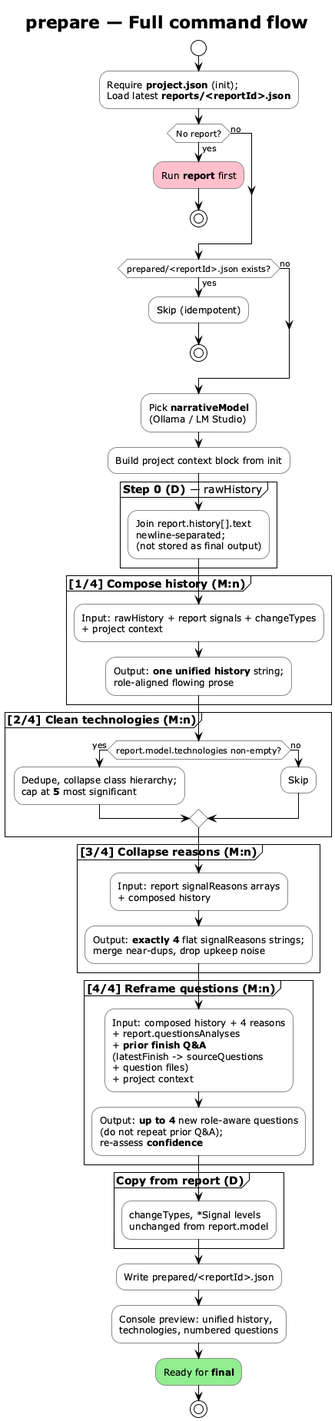
The PlantUML diagram img/prepare-command.png in vzakharchenko/dev-workgraph, before a commit.
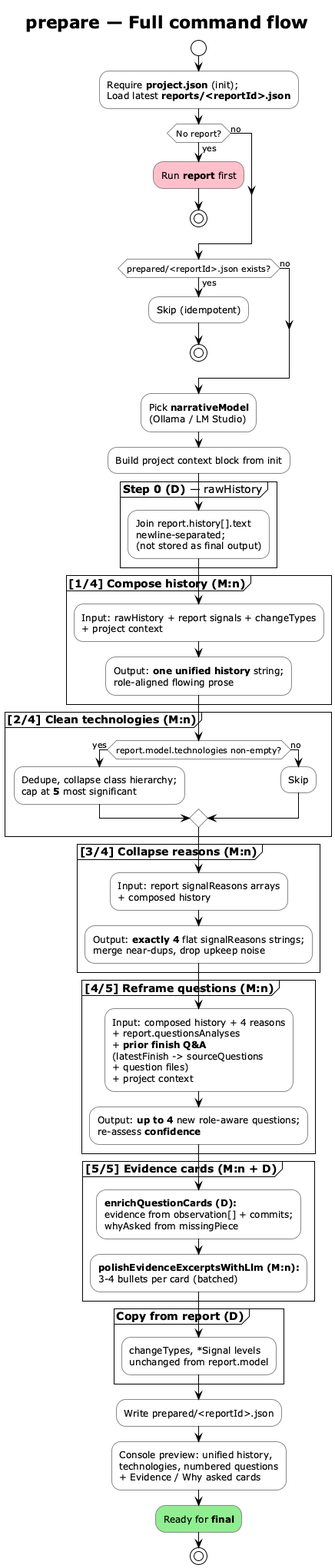
After the commit.

Diff of the diagram source:
```diff
@@ -48,9 +48,14 @@
   :Output: **exactly 4** flat signalReasons strings;\nmerge near-dups, drop upkeep noise;
 }
 
-partition "**[4/4] Reframe questions (M:n)**" {
+partition "**[4/5] Reframe questions (M:n)**" {
   :Input: composed history + 4 reasons\n+ report.questionsAnalyses\n+ **prior finish Q&A**\n(latestFinish -> sourceQuestions\n+ question files)\n+ project context;
-  :Output: **up to 4** new role-aware questions\n(do not repeat prior Q&A);\nre-assess **confidence**;
+  :Output: **up to 4** new role-aware questions;\nre-assess **confidence**;
+}
+
+partition "**[5/5] Evidence cards (M:n + D)**" {
+  :**enrichQuestionCards (D):**\nevidence from observation[] + commits;\nwhyAsked from missingPiece;
+  :**polishEvidenceExcerptsWithLlm (M:n):**\n3-4 bullets per card (batched);
 }
 
 partition "**Copy from report (D)**" {
@@ -59,7 +64,7 @@
 
 :Write prepared/<reportId>.json;
 
-:Console preview: unified history,\ntechnologies, numbered questions;
+:Console preview: unified history,\ntechnologies, numbered questions\n+ Evidence / Why asked cards;
 
 #LightGreen:Ready for **final**;
 
```
